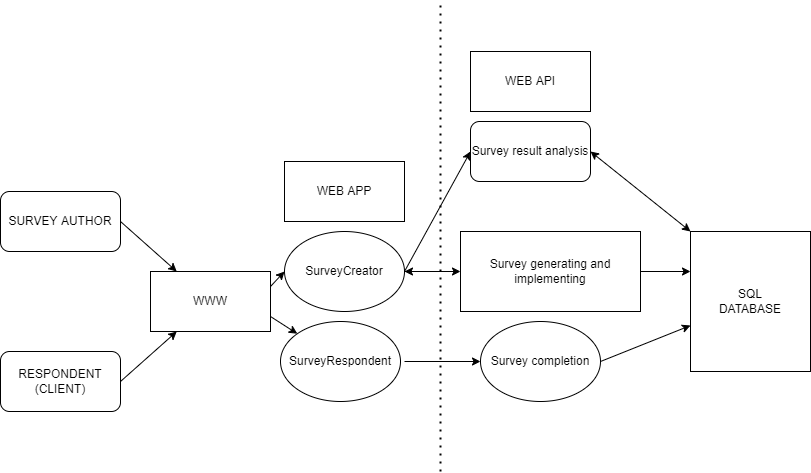
The draw.io diagram apiarchtestsample.png in nieonek/KS23m.WebApi, before a commit. Source tidied: cells renumbered, new cells last; positions are measured from the earlier drawing's top-left corner, leaving out a move shared by most shapes. Its diagram source:
```xml
<mxGraphModel>
  <root>
    <mxCell id="0" />
    <mxCell id="1" parent="0" />
    <mxCell id="2" value="SURVEY AUTHOR" style="rounded=1;whiteSpace=wrap;html=1;" parent="1" vertex="1">
      <mxGeometry y="190" width="120" height="60" as="geometry" />
    </mxCell>
    <mxCell id="3" value="RESPONDENT&lt;br&gt;(CLIENT)" style="rounded=1;whiteSpace=wrap;html=1;" parent="1" vertex="1">
      <mxGeometry y="350" width="120" height="60" as="geometry" />
    </mxCell>
    <mxCell id="4" style="endArrow=classic;html=1;rounded=0;exitX=1;exitY=0.5;exitDx=0;exitDy=0;" parent="1" edge="1" source="3" target="21">
      <mxGeometry relative="1" as="geometry" />
    </mxCell>
    <mxCell id="5" style="endArrow=classic;html=1;rounded=0;exitX=1;exitY=0.5;exitDx=0;exitDy=0;" parent="1" edge="1" source="2" target="21">
      <mxGeometry relative="1" as="geometry" />
    </mxCell>
    <mxCell id="6" value="WEB APP" style="rounded=0;whiteSpace=wrap;html=1;" parent="1" vertex="1">
      <mxGeometry x="284" y="160" width="120" height="60" as="geometry" />
    </mxCell>
    <mxCell id="7" style="edgeStyle=orthogonalEdgeStyle;rounded=0;jettySize=auto;html=1;exitX=1;exitY=0.5;exitDx=0;exitDy=0;" parent="1" edge="1" source="8">
      <mxGeometry relative="1" as="geometry">
        <mxPoint x="460" y="270" as="targetPoint" />
      </mxGeometry>
    </mxCell>
    <mxCell id="8" value="SurveyCreator" style="ellipse;whiteSpace=wrap;html=1;" parent="1" vertex="1">
      <mxGeometry x="284" y="230" width="120" height="80" as="geometry" />
    </mxCell>
    <mxCell id="9" value="SurveyRespondent" style="ellipse;whiteSpace=wrap;html=1;" parent="1" vertex="1">
      <mxGeometry x="280" y="320" width="120" height="80" as="geometry" />
    </mxCell>
    <mxCell id="10" style="endArrow=classic;html=1;rounded=0;" parent="1" edge="1">
      <mxGeometry relative="1" as="geometry">
        <mxPoint x="404" y="360" as="sourcePoint" />
        <mxPoint x="480" y="360" as="targetPoint" />
      </mxGeometry>
    </mxCell>
    <mxCell id="11" style="edgeStyle=orthogonalEdgeStyle;rounded=0;jettySize=auto;html=1;" parent="1" edge="1" target="8">
      <mxGeometry relative="1" as="geometry">
        <mxPoint x="450" y="270" as="sourcePoint" />
      </mxGeometry>
    </mxCell>
    <mxCell id="12" value="Survey generating and implementing" style="rounded=0;whiteSpace=wrap;html=1;" parent="1" vertex="1">
      <mxGeometry x="460" y="230" width="180" height="80" as="geometry" />
    </mxCell>
    <mxCell id="13" value="Survey result analysis" style="rounded=1;whiteSpace=wrap;html=1;" parent="1" vertex="1">
      <mxGeometry x="470" y="120" width="120" height="60" as="geometry" />
    </mxCell>
    <mxCell id="14" style="endArrow=classic;html=1;rounded=0;" parent="1" edge="1">
      <mxGeometry relative="1" as="geometry">
        <mxPoint x="404" y="270" as="sourcePoint" />
        <mxPoint x="470" y="150" as="targetPoint" />
      </mxGeometry>
    </mxCell>
    <mxCell id="15" style="endArrow=classic;html=1;rounded=0;" parent="1" edge="1">
      <mxGeometry relative="1" as="geometry">
        <mxPoint x="640" y="270" as="sourcePoint" />
        <mxPoint x="690" y="270" as="targetPoint" />
      </mxGeometry>
    </mxCell>
    <mxCell id="16" value="SQL&lt;br&gt;DATABASE" style="rounded=0;whiteSpace=wrap;html=1;" parent="1" vertex="1">
      <mxGeometry x="690" y="230" width="120" height="140" as="geometry" />
    </mxCell>
    <mxCell id="17" value="Survey completion" style="ellipse;whiteSpace=wrap;html=1;" parent="1" vertex="1">
      <mxGeometry x="480" y="320" width="120" height="80" as="geometry" />
    </mxCell>
    <mxCell id="18" style="endArrow=classic;html=1;rounded=0;exitX=1;exitY=0.5;exitDx=0;exitDy=0;" parent="1" edge="1" source="17" target="16">
      <mxGeometry relative="1" as="geometry" />
    </mxCell>
    <mxCell id="19" value="WEB API&lt;br&gt;" style="rounded=0;whiteSpace=wrap;html=1;" parent="1" vertex="1">
      <mxGeometry x="470" y="50" width="120" height="60" as="geometry" />
    </mxCell>
    <mxCell id="20" style="endArrow=none;dashed=1;html=1;dashPattern=1 3;strokeWidth=2;rounded=0;" parent="1" edge="1">
      <mxGeometry relative="1" as="geometry">
        <mxPoint x="440" y="470" as="sourcePoint" />
        <mxPoint x="440" as="targetPoint" />
      </mxGeometry>
    </mxCell>
    <mxCell id="21" value="WWW" style="rounded=0;whiteSpace=wrap;html=1;" parent="1" vertex="1">
      <mxGeometry x="150" y="270" width="120" height="60" as="geometry" />
    </mxCell>
    <mxCell id="22" style="endArrow=classic;html=1;rounded=0;exitX=1;exitY=0.25;exitDx=0;exitDy=0;entryX=0;entryY=0.5;entryDx=0;entryDy=0;" parent="1" edge="1" source="21" target="8">
      <mxGeometry relative="1" as="geometry" />
    </mxCell>
    <mxCell id="23" style="endArrow=classic;html=1;rounded=0;exitX=1;exitY=0.75;exitDx=0;exitDy=0;" parent="1" edge="1" source="21" target="9">
      <mxGeometry relative="1" as="geometry" />
    </mxCell>
    <mxCell id="24" style="endArrow=classic;startArrow=classic;html=1;rounded=0;exitX=1;exitY=0.5;exitDx=0;exitDy=0;entryX=0;entryY=0;entryDx=0;entryDy=0;" parent="1" edge="1" source="13" target="16">
      <mxGeometry relative="1" as="geometry" />
    </mxCell>
  </root>
</mxGraphModel>
```
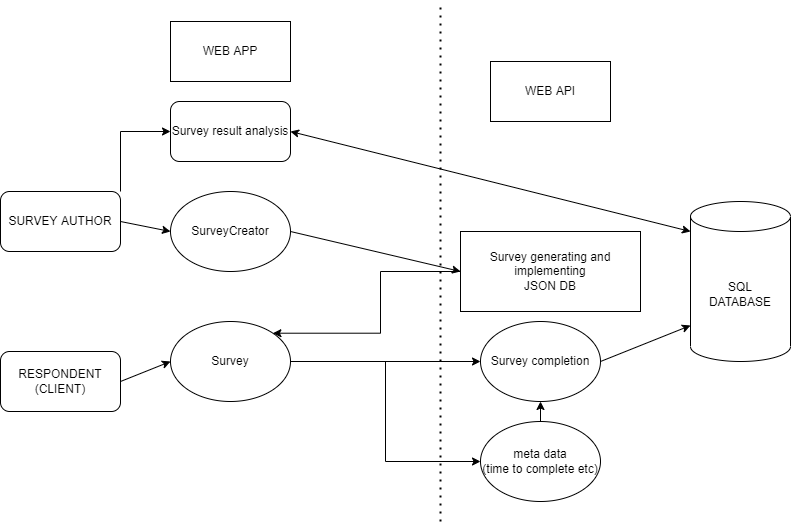
After the commit.

What changed in the source:
```diff
@@ -2,90 +2,87 @@
   <root>
     <mxCell id="0" />
     <mxCell id="1" parent="0" />
+    <mxCell id="25" style="edgeStyle=orthogonalEdgeStyle;rounded=0;jettySize=auto;html=1;exitX=1;exitY=0;exitDx=0;exitDy=0;entryX=0;entryY=0.5;entryDx=0;entryDy=0;" parent="1" edge="1" source="2" target="13">
+      <mxGeometry relative="1" as="geometry" />
+    </mxCell>
     <mxCell id="2" value="SURVEY AUTHOR" style="rounded=1;whiteSpace=wrap;html=1;" parent="1" vertex="1">
       <mxGeometry y="190" width="120" height="60" as="geometry" />
     </mxCell>
     <mxCell id="3" value="RESPONDENT&lt;br&gt;(CLIENT)" style="rounded=1;whiteSpace=wrap;html=1;" parent="1" vertex="1">
       <mxGeometry y="350" width="120" height="60" as="geometry" />
     </mxCell>
-    <mxCell id="4" style="endArrow=classic;html=1;rounded=0;exitX=1;exitY=0.5;exitDx=0;exitDy=0;" parent="1" edge="1" source="3" target="21">
+    <mxCell id="4" style="endArrow=classic;html=1;rounded=0;exitX=1;exitY=0.5;exitDx=0;exitDy=0;entryX=0;entryY=0.5;entryDx=0;entryDy=0;" parent="1" edge="1" source="3" target="9">
       <mxGeometry relative="1" as="geometry" />
     </mxCell>
-    <mxCell id="5" style="endArrow=classic;html=1;rounded=0;exitX=1;exitY=0.5;exitDx=0;exitDy=0;" parent="1" edge="1" source="2" target="21">
+    <mxCell id="5" style="endArrow=classic;html=1;rounded=0;exitX=1;exitY=0.5;exitDx=0;exitDy=0;entryX=0;entryY=0.5;entryDx=0;entryDy=0;" parent="1" edge="1" source="2" target="8">
       <mxGeometry relative="1" as="geometry" />
     </mxCell>
     <mxCell id="6" value="WEB APP" style="rounded=0;whiteSpace=wrap;html=1;" parent="1" vertex="1">
-      <mxGeometry x="284" y="160" width="120" height="60" as="geometry" />
+      <mxGeometry x="170" y="20" width="120" height="60" as="geometry" />
     </mxCell>
-    <mxCell id="7" style="edgeStyle=orthogonalEdgeStyle;rounded=0;jettySize=auto;html=1;exitX=1;exitY=0.5;exitDx=0;exitDy=0;" parent="1" edge="1" source="8">
-      <mxGeometry relative="1" as="geometry">
-        <mxPoint x="460" y="270" as="targetPoint" />
-      </mxGeometry>
-    </mxCell>
     <mxCell id="8" value="SurveyCreator" style="ellipse;whiteSpace=wrap;html=1;" parent="1" vertex="1">
-      <mxGeometry x="284" y="230" width="120" height="80" as="geometry" />
+      <mxGeometry x="170" y="190" width="120" height="80" as="geometry" />
     </mxCell>
+    <mxCell id="26" style="edgeStyle=orthogonalEdgeStyle;rounded=0;jettySize=auto;html=1;exitX=1;exitY=0.5;exitDx=0;exitDy=0;entryX=0;entryY=0.5;entryDx=0;entryDy=0;" parent="1" edge="1" source="9" target="30">
+      <mxGeometry relative="1" as="geometry" />
+    </mxCell>
-    <mxCell id="9" value="SurveyRespondent" style="ellipse;whiteSpace=wrap;html=1;" parent="1" vertex="1">
-      <mxGeometry x="280" y="320" width="120" height="80" as="geometry" />
+    <mxCell id="9" value="Survey" style="ellipse;whiteSpace=wrap;html=1;" parent="1" vertex="1">
+      <mxGeometry x="170" y="320" width="120" height="80" as="geometry" />
     </mxCell>
-    <mxCell id="10" style="endArrow=classic;html=1;rounded=0;" parent="1" edge="1">
+    <mxCell id="10" style="endArrow=classic;html=1;rounded=0;exitX=1;exitY=0.5;exitDx=0;exitDy=0;" parent="1" edge="1" source="9">
       <mxGeometry relative="1" as="geometry">
-        <mxPoint x="404" y="360" as="sourcePoint" />
         <mxPoint x="480" y="360" as="targetPoint" />
       </mxGeometry>
     </mxCell>
-    <mxCell id="11" style="edgeStyle=orthogonalEdgeStyle;rounded=0;jettySize=auto;html=1;" parent="1" edge="1" target="8">
-      <mxGeometry relative="1" as="geometry">
-        <mxPoint x="450" y="270" as="sourcePoint" />
-      </mxGeometry>
-    </mxCell>
+    <mxCell id="27" style="edgeStyle=orthogonalEdgeStyle;rounded=0;jettySize=auto;html=1;exitX=0;exitY=0.5;exitDx=0;exitDy=0;entryX=1;entryY=0;entryDx=0;entryDy=0;" parent="1" edge="1" source="12" target="9">
+      <mxGeometry relative="1" as="geometry">
+        <Array as="points">
+          <mxPoint x="380" y="270" />
+          <mxPoint x="380" y="332" />
+        </Array>
+      </mxGeometry>
+    </mxCell>
-    <mxCell id="12" value="Survey generating and implementing" style="rounded=0;whiteSpace=wrap;html=1;" parent="1" vertex="1">
+    <mxCell id="12" value="Survey generating and implementing&lt;br&gt;JSON DB" style="rounded=0;whiteSpace=wrap;html=1;" parent="1" vertex="1">
       <mxGeometry x="460" y="230" width="180" height="80" as="geometry" />
     </mxCell>
     <mxCell id="13" value="Survey result analysis" style="rounded=1;whiteSpace=wrap;html=1;" parent="1" vertex="1">
-      <mxGeometry x="470" y="120" width="120" height="60" as="geometry" />
+      <mxGeometry x="170" y="100" width="120" height="60" as="geometry" />
     </mxCell>
-    <mxCell id="14" style="endArrow=classic;html=1;rounded=0;" parent="1" edge="1">
-      <mxGeometry relative="1" as="geometry">
-        <mxPoint x="404" y="270" as="sourcePoint" />
-        <mxPoint x="470" y="150" as="targetPoint" />
-      </mxGeometry>
-    </mxCell>
-    <mxCell id="15" style="endArrow=classic;html=1;rounded=0;" parent="1" edge="1">
-      <mxGeometry relative="1" as="geometry">
-        <mxPoint x="640" y="270" as="sourcePoint" />
-        <mxPoint x="690" y="270" as="targetPoint" />
-      </mxGeometry>
-    </mxCell>
-    <mxCell id="16" value="SQL&lt;br&gt;DATABASE" style="rounded=0;whiteSpace=wrap;html=1;" parent="1" vertex="1">
-      <mxGeometry x="690" y="230" width="120" height="140" as="geometry" />
-    </mxCell>
     <mxCell id="17" value="Survey completion" style="ellipse;whiteSpace=wrap;html=1;" parent="1" vertex="1">
       <mxGeometry x="480" y="320" width="120" height="80" as="geometry" />
     </mxCell>
-    <mxCell id="18" style="endArrow=classic;html=1;rounded=0;exitX=1;exitY=0.5;exitDx=0;exitDy=0;" parent="1" edge="1" source="17" target="16">
-      <mxGeometry relative="1" as="geometry" />
+    <mxCell id="18" style="endArrow=classic;html=1;rounded=0;exitX=1;exitY=0.5;exitDx=0;exitDy=0;" parent="1" edge="1" source="17">
+      <mxGeometry relative="1" as="geometry">
+        <mxPoint x="690" y="324" as="targetPoint" />
+      </mxGeometry>
     </mxCell>
     <mxCell id="19" value="WEB API&lt;br&gt;" style="rounded=0;whiteSpace=wrap;html=1;" parent="1" vertex="1">
-      <mxGeometry x="470" y="50" width="120" height="60" as="geometry" />
+      <mxGeometry x="490" y="60" width="120" height="60" as="geometry" />
     </mxCell>
     <mxCell id="20" style="endArrow=none;dashed=1;html=1;dashPattern=1 3;strokeWidth=2;rounded=0;" parent="1" edge="1">
       <mxGeometry relative="1" as="geometry">
-        <mxPoint x="440" y="470" as="sourcePoint" />
+        <mxPoint x="440" y="520" as="sourcePoint" />
         <mxPoint x="440" as="targetPoint" />
       </mxGeometry>
     </mxCell>
-    <mxCell id="21" value="WWW" style="rounded=0;whiteSpace=wrap;html=1;" parent="1" vertex="1">
-      <mxGeometry x="150" y="270" width="120" height="60" as="geometry" />
-    </mxCell>
-    <mxCell id="22" style="endArrow=classic;html=1;rounded=0;exitX=1;exitY=0.25;exitDx=0;exitDy=0;entryX=0;entryY=0.5;entryDx=0;entryDy=0;" parent="1" edge="1" source="21" target="8">
-      <mxGeometry relative="1" as="geometry" />
-    </mxCell>
-    <mxCell id="23" style="endArrow=classic;html=1;rounded=0;exitX=1;exitY=0.75;exitDx=0;exitDy=0;" parent="1" edge="1" source="21" target="9">
-      <mxGeometry relative="1" as="geometry" />
-    </mxCell>
-    <mxCell id="24" style="endArrow=classic;startArrow=classic;html=1;rounded=0;exitX=1;exitY=0.5;exitDx=0;exitDy=0;entryX=0;entryY=0;entryDx=0;entryDy=0;" parent="1" edge="1" source="13" target="16">
-      <mxGeometry relative="1" as="geometry" />
+    <mxCell id="24" style="endArrow=classic;startArrow=classic;html=1;rounded=0;exitX=1;exitY=0.5;exitDx=0;exitDy=0;entryX=0;entryY=0;entryDx=0;entryDy=0;" parent="1" edge="1" source="13">
+      <mxGeometry relative="1" as="geometry">
+        <mxPoint x="690" y="230" as="targetPoint" />
+      </mxGeometry>
     </mxCell>
+    <mxCell id="28" style="endArrow=classic;html=1;rounded=0;exitX=1;exitY=0.5;exitDx=0;exitDy=0;entryX=0;entryY=0.5;entryDx=0;entryDy=0;" parent="1" edge="1" source="8" target="12">
+      <mxGeometry relative="1" as="geometry" />
+    </mxCell>
+    <mxCell id="29" style="endArrow=classic;html=1;rounded=0;entryX=0.5;entryY=1;entryDx=0;entryDy=0;" parent="1" edge="1" target="17">
+      <mxGeometry relative="1" as="geometry">
+        <mxPoint x="540" y="430" as="sourcePoint" />
+      </mxGeometry>
+    </mxCell>
+    <mxCell id="30" value="meta data&lt;br&gt;(time to complete etc)" style="ellipse;whiteSpace=wrap;html=1;" parent="1" vertex="1">
+      <mxGeometry x="480" y="420" width="120" height="80" as="geometry" />
+    </mxCell>
+    <mxCell id="16" value="&lt;span&gt;SQL&lt;/span&gt;&lt;br&gt;&lt;span&gt;DATABASE&lt;/span&gt;" style="shape=cylinder3;whiteSpace=wrap;html=1;boundedLbl=1;backgroundOutline=1;size=15;" parent="1" vertex="1">
+      <mxGeometry x="690" y="200" width="100" height="160" as="geometry" />
+    </mxCell>
   </root>
 </mxGraphModel>
```
